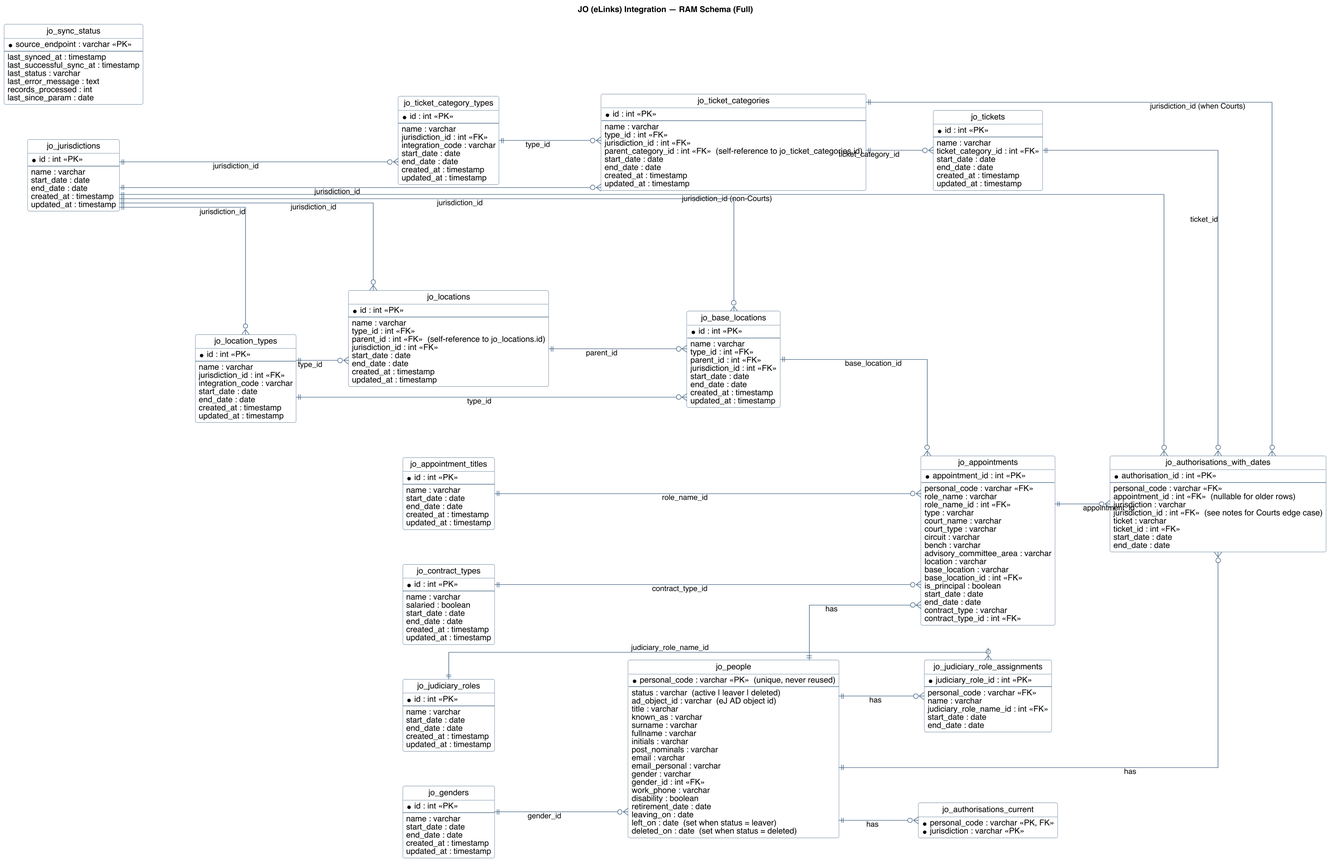
Above: docs/integrations/jo/diagrams/jo-er-diagram-full.png in hmcts/ctam-architecture (PlantUML), before the change. Its diagram source:
```plantuml
@startuml jo-er-diagram-full
title JO (eLinks) Integration — RAM Schema (Full)

left to right direction
skinparam linetype ortho
skinparam shadowing false
skinparam roundcorner 6
skinparam dpi 130
skinparam nodesep 60
skinparam ranksep 90
skinparam defaultFontName Helvetica
skinparam classFontStyle plain
skinparam class {
  BackgroundColor #FAFBFC
  BorderColor #4C6B8A
  ArrowColor #4C6B8A
}
hide circle
hide methods


together {
  entity "jo_people" as jo_people {
    * personal_code : varchar <<PK>>  (unique, never reused)
    --
    status : varchar  (active | leaver | deleted)
    ad_object_id : varchar  (eJ AD object id)
    title : varchar
    known_as : varchar
    surname : varchar
    fullname : varchar
    initials : varchar
    post_nominals : varchar
    email : varchar
    email_personal : varchar
    gender : varchar
    gender_id : int <<FK>>
    work_phone : varchar
    disability : boolean
    retirement_date : date
    leaving_on : date
    left_on : date  (set when status = leaver)
    deleted_on : date  (set when status = deleted)
  }

  entity "jo_appointments" as jo_appointments {
    * appointment_id : int <<PK>>
    --
    personal_code : varchar <<FK>>
    role_name : varchar
    role_name_id : int <<FK>>
    type : varchar
    court_name : varchar
    court_type : varchar
    circuit : varchar
    bench : varchar
    advisory_committee_area : varchar
    location : varchar
    base_location : varchar
    base_location_id : int <<FK>>
    is_principal : boolean
    start_date : date
    end_date : date
    contract_type : varchar
    contract_type_id : int <<FK>>
  }

  entity "jo_judiciary_role_assignments" as jo_judiciary_role_assignments {
    * judiciary_role_id : int <<PK>>
    --
    personal_code : varchar <<FK>>
    name : varchar
    judiciary_role_name_id : int <<FK>>
    start_date : date
    end_date : date
  }

  entity "jo_authorisations_current" as jo_authorisations_current {
    * personal_code : varchar <<PK, FK>>
    * jurisdiction : varchar <<PK>>
    * ticket_name : varchar <<PK>>  (from tickets array)
  }

  entity "jo_authorisations_with_dates" as jo_authorisations_with_dates {
    * authorisation_id : int <<PK>>
    --
    personal_code : varchar <<FK>>
    appointment_id : int <<FK>>  (nullable for older rows)
    jurisdiction : varchar
    jurisdiction_id : int <<FK>>  (see notes for Courts edge case)
    ticket : varchar
    ticket_id : int <<FK>>
    start_date : date
    end_date : date
  }
}


together {
  entity "jo_genders" as jo_genders {
    * id : int <<PK>>
    --
    name : varchar
    start_date : date
    end_date : date
    created_at : timestamp
    updated_at : timestamp
  }

  entity "jo_judiciary_roles" as jo_judiciary_roles {
    * id : int <<PK>>
    --
    name : varchar
    start_date : date
    end_date : date
    created_at : timestamp
    updated_at : timestamp
  }

  entity "jo_appointment_titles" as jo_appointment_titles {
    * id : int <<PK>>
    --
    name : varchar
    start_date : date
    end_date : date
    created_at : timestamp
    updated_at : timestamp
  }

  entity "jo_contract_types" as jo_contract_types {
    * id : int <<PK>>
    --
    name : varchar
    salaried : boolean
    start_date : date
    end_date : date
    created_at : timestamp
    updated_at : timestamp
  }
}


together {
  entity "jo_locations" as jo_locations {
    * id : int <<PK>>
    --
    name : varchar
    type_id : int <<FK>>
    parent_id : int <<FK>>  (self-reference to jo_locations.id)
    jurisdiction_id : int <<FK>>
    start_date : date
    end_date : date
    created_at : timestamp
    updated_at : timestamp
  }

  entity "jo_base_locations" as jo_base_locations {
    * id : int <<PK>>
    --
    name : varchar
    type_id : int <<FK>>
    parent_id : int <<FK>>
    jurisdiction_id : int <<FK>>
    start_date : date
    end_date : date
    created_at : timestamp
    updated_at : timestamp
  }

  entity "jo_location_types" as jo_location_types {
    * id : int <<PK>>
    --
    name : varchar
    jurisdiction_id : int <<FK>>
    integration_code : varchar
    start_date : date
    end_date : date
    created_at : timestamp
    updated_at : timestamp
  }
}


together {
  entity "jo_tickets" as jo_tickets {
    * id : int <<PK>>
    --
    name : varchar
    ticket_category_id : int <<FK>>
    start_date : date
    end_date : date
    created_at : timestamp
    updated_at : timestamp
  }

  entity "jo_ticket_categories" as jo_ticket_categories {
    * id : int <<PK>>
    --
    name : varchar
    type_id : int <<FK>>
    jurisdiction_id : int <<FK>>
    parent_category_id : int <<FK>>  (self-reference to jo_ticket_categories.id)
    start_date : date
    end_date : date
    created_at : timestamp
    updated_at : timestamp
  }

  entity "jo_ticket_category_types" as jo_ticket_category_types {
    * id : int <<PK>>
    --
    name : varchar
    jurisdiction_id : int <<FK>>
    integration_code : varchar
    start_date : date
    end_date : date
    created_at : timestamp
    updated_at : timestamp
  }
}


entity "jo_jurisdictions" as jo_jurisdictions {
  * id : int <<PK>>
  --
  name : varchar
  start_date : date
  end_date : date
  created_at : timestamp
  updated_at : timestamp
}

entity "jo_sync_status" as jo_sync_status {
  * source_endpoint : varchar <<PK>>
  --
  last_synced_at : timestamp
  last_successful_sync_at : timestamp
  last_status : varchar
  last_error_message : text
  records_processed : int
  last_since_param : date
}


jo_people                  ||--o{ jo_appointments                  : has
jo_people                  ||--o{ jo_judiciary_role_assignments    : has
jo_people                  ||--o{ jo_authorisations_current        : has
jo_people                  ||--o{ jo_authorisations_with_dates     : has
jo_genders                 ||--o{ jo_people                        : gender_id

jo_appointment_titles      ||--o{ jo_appointments                  : role_name_id
jo_base_locations          ||--o{ jo_appointments                  : base_location_id
jo_contract_types          ||--o{ jo_appointments                  : contract_type_id

jo_judiciary_roles         ||--o{ jo_judiciary_role_assignments    : judiciary_role_name_id

jo_appointments            ||--o{ jo_authorisations_with_dates     : appointment_id
jo_jurisdictions           ||--o{ jo_authorisations_with_dates     : jurisdiction_id (non-Courts)
jo_ticket_categories       ||--o{ jo_authorisations_with_dates     : jurisdiction_id (when Courts)
jo_tickets                 ||--o{ jo_authorisations_with_dates     : ticket_id

jo_ticket_categories       ||--o{ jo_tickets                       : ticket_category_id
jo_ticket_category_types   ||--o{ jo_ticket_categories             : type_id
jo_jurisdictions           ||--o{ jo_ticket_categories             : jurisdiction_id

jo_location_types          ||--o{ jo_locations                     : type_id
jo_jurisdictions           ||--o{ jo_locations                     : jurisdiction_id

jo_location_types          ||--o{ jo_base_locations                : type_id
jo_locations               ||--o{ jo_base_locations                : parent_id
jo_jurisdictions           ||--o{ jo_base_locations                : jurisdiction_id

jo_jurisdictions           ||--o{ jo_location_types                : jurisdiction_id
jo_jurisdictions           ||--o{ jo_ticket_category_types         : jurisdiction_id

@enduml
```
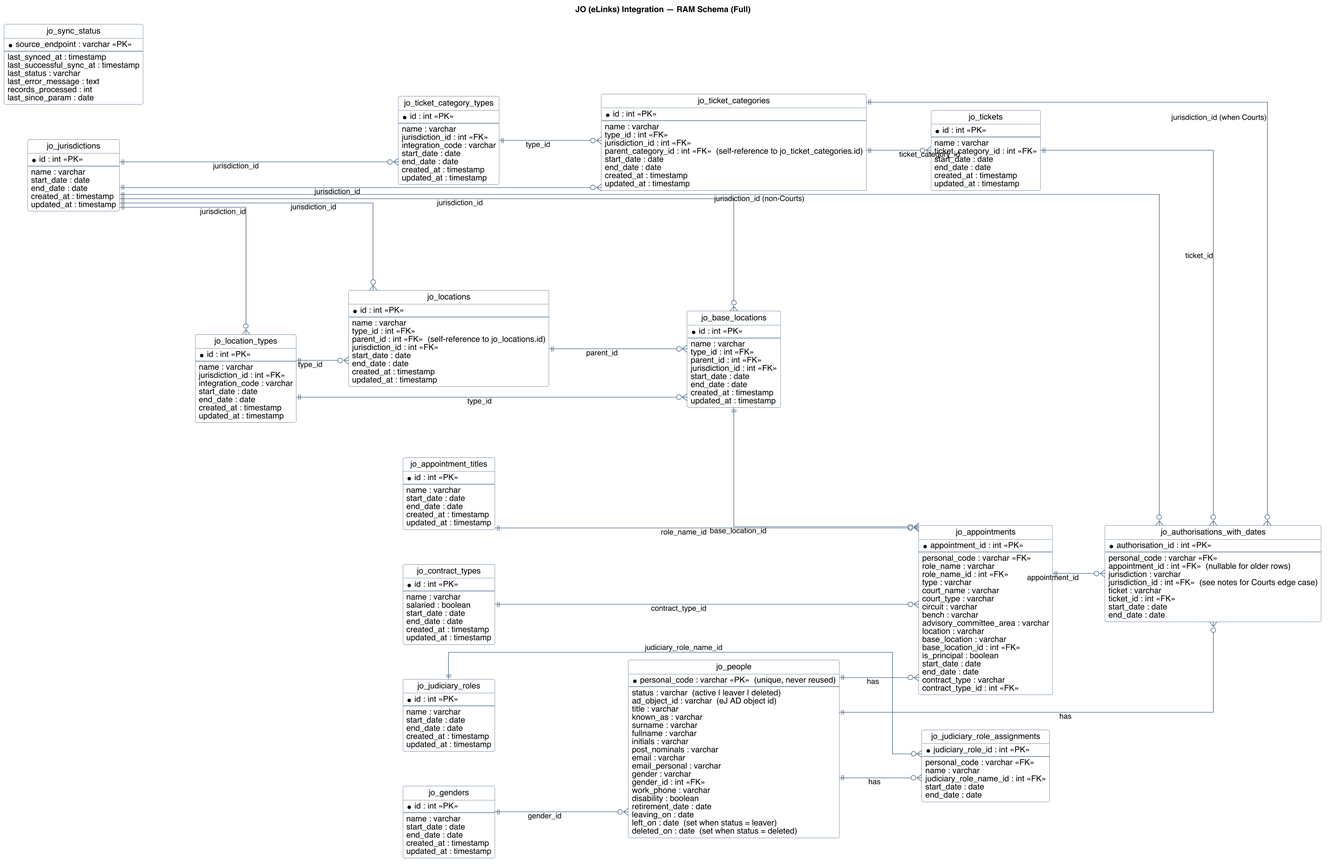
Later version of the same file.

Commit message:
Refactor Confluence documentation: Remove deprecated `jo_authorisations_current` entity, update schema mapping, and add data warnings section

Diff of the diagram source:
```diff
@@ -73,12 +73,6 @@
     judiciary_role_name_id : int <<FK>>
     start_date : date
     end_date : date
-  }
-
-  entity "jo_authorisations_current" as jo_authorisations_current {
-    * personal_code : varchar <<PK, FK>>
-    * jurisdiction : varchar <<PK>>
-    * ticket_name : varchar <<PK>>  (from tickets array)
   }
 
   entity "jo_authorisations_with_dates" as jo_authorisations_with_dates {
@@ -244,7 +238,6 @@
 
 jo_people                  ||--o{ jo_appointments                  : has
 jo_people                  ||--o{ jo_judiciary_role_assignments    : has
-jo_people                  ||--o{ jo_authorisations_current        : has
 jo_people                  ||--o{ jo_authorisations_with_dates     : has
 jo_genders                 ||--o{ jo_people                        : gender_id
 
```
